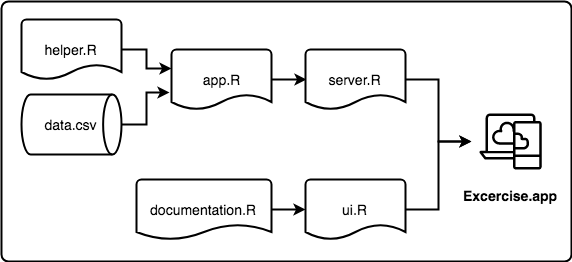
Before: campaign_impact_app/www/candidateexcercise_process.png, a diagram exported from draw.io (Songeo/recruitmentCandidateExercise). Source tidied: cells renumbered, new cells last; positions are measured from the earlier drawing's top-left corner, leaving out a move shared by most shapes. Source of this version:
```xml
<mxGraphModel>
  <root>
    <mxCell id="0" />
    <mxCell id="1" parent="0" />
    <mxCell id="2" style="rounded=1;whiteSpace=wrap;html=1;absoluteArcSize=1;arcSize=14;strokeWidth=2;" parent="1" vertex="1">
      <mxGeometry width="570" height="260" as="geometry" />
    </mxCell>
    <mxCell id="3" style="edgeStyle=orthogonalEdgeStyle;rounded=0;jettySize=auto;html=1;entryX=0;entryY=0.317;entryDx=0;entryDy=0;entryPerimeter=0;strokeWidth=2;" parent="1" edge="1" source="4" target="6">
      <mxGeometry relative="1" as="geometry" />
    </mxCell>
    <mxCell id="4" value="&lt;font style=&quot;font-size: 14px&quot;&gt;helper.R&lt;/font&gt;" style="strokeWidth=2;html=1;shape=mxgraph.flowchart.document2;whiteSpace=wrap;size=0.25;" parent="1" vertex="1">
      <mxGeometry x="20" y="18" width="100" height="60" as="geometry" />
    </mxCell>
    <mxCell id="5" style="edgeStyle=orthogonalEdgeStyle;rounded=0;jettySize=auto;html=1;entryX=0.01;entryY=0.5;entryDx=0;entryDy=0;entryPerimeter=0;strokeWidth=2;" parent="1" edge="1" source="6" target="8">
      <mxGeometry relative="1" as="geometry" />
    </mxCell>
    <mxCell id="6" value="&lt;font style=&quot;font-size: 14px&quot;&gt;app.R&lt;/font&gt;" style="strokeWidth=2;html=1;shape=mxgraph.flowchart.document2;whiteSpace=wrap;size=0.25;" parent="1" vertex="1">
      <mxGeometry x="170" y="48" width="100" height="60" as="geometry" />
    </mxCell>
    <mxCell id="7" style="edgeStyle=orthogonalEdgeStyle;rounded=0;jettySize=auto;html=1;strokeWidth=2;" parent="1" edge="1" source="8" target="15">
      <mxGeometry relative="1" as="geometry" />
    </mxCell>
    <mxCell id="8" value="&lt;font style=&quot;font-size: 14px&quot;&gt;server.R&lt;/font&gt;" style="strokeWidth=2;html=1;shape=mxgraph.flowchart.document2;whiteSpace=wrap;size=0.25;" parent="1" vertex="1">
      <mxGeometry x="304" y="48" width="100" height="60" as="geometry" />
    </mxCell>
    <mxCell id="9" style="edgeStyle=orthogonalEdgeStyle;rounded=0;jettySize=auto;html=1;strokeWidth=2;" parent="1" edge="1" source="10" target="12">
      <mxGeometry relative="1" as="geometry" />
    </mxCell>
    <mxCell id="10" value="&lt;font style=&quot;font-size: 14px&quot;&gt;documentation.R&lt;/font&gt;" style="strokeWidth=2;html=1;shape=mxgraph.flowchart.document2;whiteSpace=wrap;size=0.25;" parent="1" vertex="1">
      <mxGeometry x="135" y="178" width="135" height="60" as="geometry" />
    </mxCell>
    <mxCell id="11" style="edgeStyle=orthogonalEdgeStyle;rounded=0;jettySize=auto;html=1;strokeWidth=2;" parent="1" edge="1" source="12" target="15">
      <mxGeometry relative="1" as="geometry" />
    </mxCell>
    <mxCell id="12" value="&lt;font style=&quot;font-size: 14px&quot;&gt;ui.R&lt;/font&gt;" style="strokeWidth=2;html=1;shape=mxgraph.flowchart.document2;whiteSpace=wrap;size=0.25;" parent="1" vertex="1">
      <mxGeometry x="304" y="178" width="100" height="60" as="geometry" />
    </mxCell>
    <mxCell id="13" style="edgeStyle=orthogonalEdgeStyle;rounded=0;jettySize=auto;html=1;entryX=-0.02;entryY=0.717;entryDx=0;entryDy=0;entryPerimeter=0;strokeWidth=2;" parent="1" edge="1" source="14" target="6">
      <mxGeometry relative="1" as="geometry" />
    </mxCell>
    <mxCell id="14" value="&lt;font style=&quot;font-size: 14px&quot;&gt;data.csv&lt;/font&gt;" style="strokeWidth=2;html=1;shape=mxgraph.flowchart.direct_data;whiteSpace=wrap;" parent="1" vertex="1">
      <mxGeometry x="20" y="93" width="100" height="60" as="geometry" />
    </mxCell>
    <mxCell id="15" value="&lt;font style=&quot;font-size: 14px&quot;&gt;&lt;b&gt;Excercise.app&lt;/b&gt;&lt;/font&gt;" style="outlineConnect=0;gradientDirection=north;dashed=0;verticalLabelPosition=bottom;verticalAlign=top;align=center;html=1;fontSize=12;fontStyle=0;shape=mxgraph.aws4.resourceIcon;resIcon=mxgraph.aws4.desktop_and_app_streaming;" parent="1" vertex="1">
      <mxGeometry x="470" y="101" width="78" height="78" as="geometry" />
    </mxCell>
  </root>
</mxGraphModel>
```
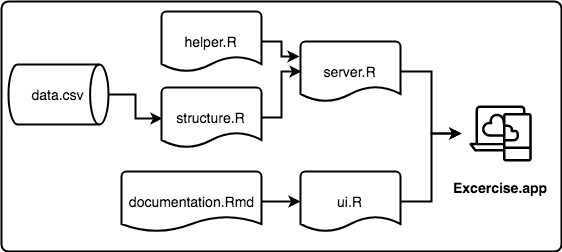
After the commit.

Change to the diagram source:
```diff
@@ -3,43 +3,43 @@
     <mxCell id="0" />
     <mxCell id="1" parent="0" />
     <mxCell id="2" style="rounded=1;whiteSpace=wrap;html=1;absoluteArcSize=1;arcSize=14;strokeWidth=2;" parent="1" vertex="1">
-      <mxGeometry width="570" height="260" as="geometry" />
+      <mxGeometry x="10" y="8" width="560" height="250" as="geometry" />
     </mxCell>
-    <mxCell id="3" style="edgeStyle=orthogonalEdgeStyle;rounded=0;jettySize=auto;html=1;entryX=0;entryY=0.317;entryDx=0;entryDy=0;entryPerimeter=0;strokeWidth=2;" parent="1" edge="1" source="4" target="6">
+    <mxCell id="3" style="edgeStyle=orthogonalEdgeStyle;rounded=0;jettySize=auto;html=1;entryX=-0.01;entryY=0.25;entryDx=0;entryDy=0;entryPerimeter=0;strokeWidth=2;" parent="1" edge="1" source="4" target="8">
       <mxGeometry relative="1" as="geometry" />
     </mxCell>
     <mxCell id="4" value="&lt;font style=&quot;font-size: 14px&quot;&gt;helper.R&lt;/font&gt;" style="strokeWidth=2;html=1;shape=mxgraph.flowchart.document2;whiteSpace=wrap;size=0.25;" parent="1" vertex="1">
-      <mxGeometry x="20" y="18" width="100" height="60" as="geometry" />
+      <mxGeometry x="170" y="18" width="100" height="60" as="geometry" />
     </mxCell>
     <mxCell id="5" style="edgeStyle=orthogonalEdgeStyle;rounded=0;jettySize=auto;html=1;entryX=0.01;entryY=0.5;entryDx=0;entryDy=0;entryPerimeter=0;strokeWidth=2;" parent="1" edge="1" source="6" target="8">
       <mxGeometry relative="1" as="geometry" />
     </mxCell>
-    <mxCell id="6" value="&lt;font style=&quot;font-size: 14px&quot;&gt;app.R&lt;/font&gt;" style="strokeWidth=2;html=1;shape=mxgraph.flowchart.document2;whiteSpace=wrap;size=0.25;" parent="1" vertex="1">
-      <mxGeometry x="170" y="48" width="100" height="60" as="geometry" />
+    <mxCell id="6" value="&lt;font style=&quot;font-size: 14px&quot;&gt;structure.R&lt;/font&gt;" style="strokeWidth=2;html=1;shape=mxgraph.flowchart.document2;whiteSpace=wrap;size=0.25;" parent="1" vertex="1">
+      <mxGeometry x="170" y="94" width="100" height="60" as="geometry" />
     </mxCell>
     <mxCell id="7" style="edgeStyle=orthogonalEdgeStyle;rounded=0;jettySize=auto;html=1;strokeWidth=2;" parent="1" edge="1" source="8" target="15">
       <mxGeometry relative="1" as="geometry" />
     </mxCell>
     <mxCell id="8" value="&lt;font style=&quot;font-size: 14px&quot;&gt;server.R&lt;/font&gt;" style="strokeWidth=2;html=1;shape=mxgraph.flowchart.document2;whiteSpace=wrap;size=0.25;" parent="1" vertex="1">
-      <mxGeometry x="304" y="48" width="100" height="60" as="geometry" />
+      <mxGeometry x="309" y="48" width="100" height="60" as="geometry" />
     </mxCell>
     <mxCell id="9" style="edgeStyle=orthogonalEdgeStyle;rounded=0;jettySize=auto;html=1;strokeWidth=2;" parent="1" edge="1" source="10" target="12">
       <mxGeometry relative="1" as="geometry" />
     </mxCell>
-    <mxCell id="10" value="&lt;font style=&quot;font-size: 14px&quot;&gt;documentation.R&lt;/font&gt;" style="strokeWidth=2;html=1;shape=mxgraph.flowchart.document2;whiteSpace=wrap;size=0.25;" parent="1" vertex="1">
-      <mxGeometry x="135" y="178" width="135" height="60" as="geometry" />
+    <mxCell id="10" value="&lt;font style=&quot;font-size: 14px&quot;&gt;documentation.Rmd&lt;/font&gt;" style="strokeWidth=2;html=1;shape=mxgraph.flowchart.document2;whiteSpace=wrap;size=0.25;" parent="1" vertex="1">
+      <mxGeometry x="130" y="178" width="140" height="60" as="geometry" />
     </mxCell>
     <mxCell id="11" style="edgeStyle=orthogonalEdgeStyle;rounded=0;jettySize=auto;html=1;strokeWidth=2;" parent="1" edge="1" source="12" target="15">
       <mxGeometry relative="1" as="geometry" />
     </mxCell>
     <mxCell id="12" value="&lt;font style=&quot;font-size: 14px&quot;&gt;ui.R&lt;/font&gt;" style="strokeWidth=2;html=1;shape=mxgraph.flowchart.document2;whiteSpace=wrap;size=0.25;" parent="1" vertex="1">
-      <mxGeometry x="304" y="178" width="100" height="60" as="geometry" />
+      <mxGeometry x="309" y="178" width="100" height="60" as="geometry" />
     </mxCell>
-    <mxCell id="13" style="edgeStyle=orthogonalEdgeStyle;rounded=0;jettySize=auto;html=1;entryX=-0.02;entryY=0.717;entryDx=0;entryDy=0;entryPerimeter=0;strokeWidth=2;" parent="1" edge="1" source="14" target="6">
+    <mxCell id="13" style="edgeStyle=orthogonalEdgeStyle;rounded=0;jettySize=auto;html=1;entryX=0.01;entryY=0.517;entryDx=0;entryDy=0;entryPerimeter=0;strokeWidth=2;" parent="1" edge="1" source="14" target="6">
       <mxGeometry relative="1" as="geometry" />
     </mxCell>
     <mxCell id="14" value="&lt;font style=&quot;font-size: 14px&quot;&gt;data.csv&lt;/font&gt;" style="strokeWidth=2;html=1;shape=mxgraph.flowchart.direct_data;whiteSpace=wrap;" parent="1" vertex="1">
-      <mxGeometry x="20" y="93" width="100" height="60" as="geometry" />
+      <mxGeometry x="17" y="71" width="100" height="60" as="geometry" />
     </mxCell>
     <mxCell id="15" value="&lt;font style=&quot;font-size: 14px&quot;&gt;&lt;b&gt;Excercise.app&lt;/b&gt;&lt;/font&gt;" style="outlineConnect=0;gradientDirection=north;dashed=0;verticalLabelPosition=bottom;verticalAlign=top;align=center;html=1;fontSize=12;fontStyle=0;shape=mxgraph.aws4.resourceIcon;resIcon=mxgraph.aws4.desktop_and_app_streaming;" parent="1" vertex="1">
       <mxGeometry x="470" y="101" width="78" height="78" as="geometry" />
```
